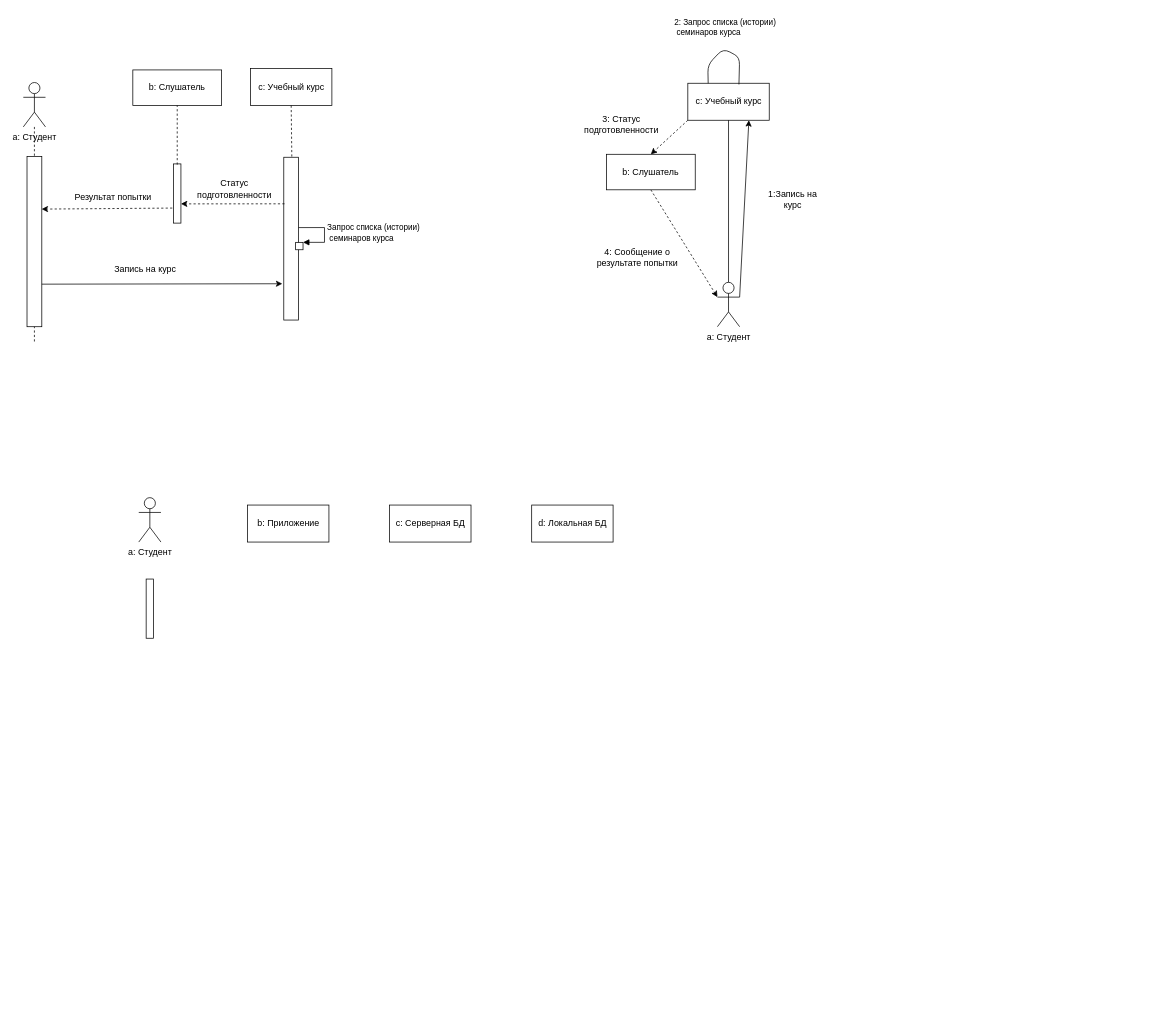
Before: 4 практическая АКМ.drawio in Merfarion/Diagrams-and-schemes, a draw.io diagram. Source tidied: cells renumbered, new cells numbered last; positions are measured from the earlier drawing's top-left corner, leaving out a move shared by most shapes. Both pictures are drawn from the tidied source at 74%, with x=0, y=0 at pixel (23, 13).
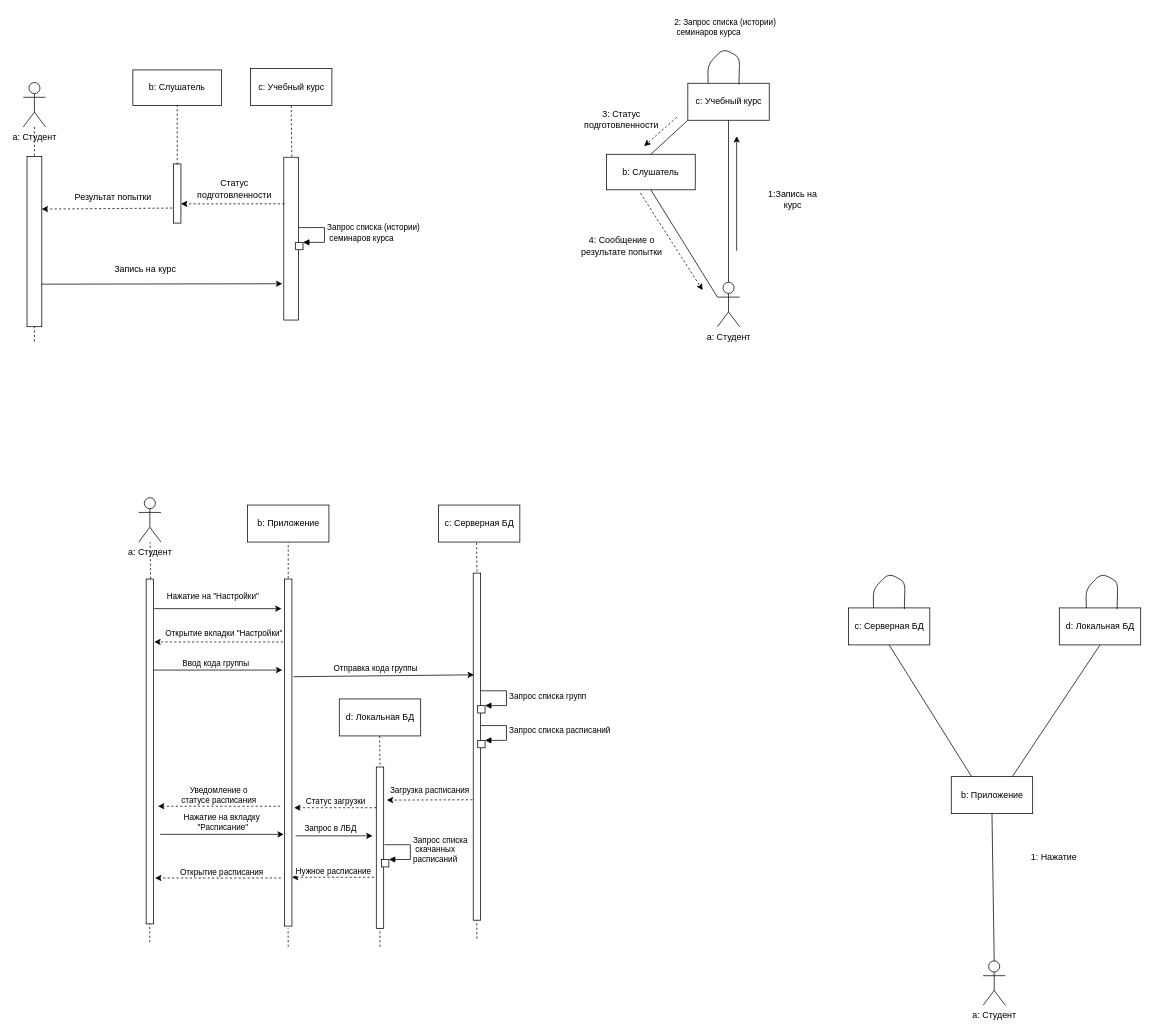
Above is the later version.

Unchanged cells that the change refers to:
```xml
<mxCell id="15" value="а: Студент" style="shape=umlActor;verticalLabelPosition=bottom;verticalAlign=top;html=1;outlineConnect=0;" parent="1" vertex="1">
  <mxGeometry x="938" y="364" width="30" height="60" as="geometry" />
</mxCell>
<mxCell id="16" value="с: Учебный курс" style="html=1;" parent="1" vertex="1">
  <mxGeometry x="898" y="95" width="110" height="50" as="geometry" />
</mxCell>
<mxCell id="24" value="а: Студент" style="shape=umlActor;verticalLabelPosition=bottom;verticalAlign=top;html=1;outlineConnect=0;" parent="1" vertex="1">
  <mxGeometry x="156" y="655" width="30" height="60" as="geometry" />
</mxCell>
<mxCell id="25" value="b: Приложение" style="html=1;" parent="1" vertex="1">
  <mxGeometry x="303" y="665" width="110" height="50" as="geometry" />
</mxCell>
<mxCell id="34" value="b: Слушатель" style="rounded=0;whiteSpace=wrap;html=1;" parent="1" vertex="1">
  <mxGeometry x="788" y="191" width="120" height="48" as="geometry" />
</mxCell>
```

What changed in the source:
```diff
@@
-    <mxCell id="18" style="endArrow=classic;html=1;strokeWidth=1;entryX=0.75;entryY=1;entryDx=0;entryDy=0;exitX=1;exitY=0.3333333333333333;exitDx=0;exitDy=0;exitPerimeter=0;" parent="1" edge="1" source="15" target="16">
-      <mxGeometry relative="1" as="geometry" />
+    <mxCell id="18" style="endArrow=classic;html=1;strokeWidth=1;" parent="1" edge="1">
+      <mxGeometry relative="1" as="geometry">
+        <mxPoint x="964" y="321.5" as="sourcePoint" />
+        <mxPoint x="964" y="166.5" as="targetPoint" />
+      </mxGeometry>
     </mxCell>
@@
-    <mxCell id="20" style="endArrow=classic;html=1;strokeWidth=1;dashed=1;exitX=0.5;exitY=1;exitDx=0;exitDy=0;entryX=0;entryY=0.3333333333333333;entryDx=0;entryDy=0;entryPerimeter=0;" parent="1" edge="1" source="34" target="15">
-      <mxGeometry relative="1" as="geometry" />
+    <mxCell id="20" style="endArrow=classic;html=1;strokeWidth=1;dashed=1;" parent="1" edge="1">
+      <mxGeometry relative="1" as="geometry">
+        <mxPoint x="834" y="243.5" as="sourcePoint" />
+        <mxPoint x="918" y="374.5" as="targetPoint" />
+      </mxGeometry>
     </mxCell>
     <mxCell id="21" value="4: Сообщение о результате попытки" style="text;html=1;strokeColor=none;fillColor=none;align=center;verticalAlign=middle;whiteSpace=wrap;rounded=0;" parent="1" vertex="1">
-      <mxGeometry x="774" y="320" width="112" height="20" as="geometry" />
+      <mxGeometry x="752.5" y="305" width="112" height="20" as="geometry" />
     </mxCell>
@@
     <mxCell id="26" value="c: Серверная БД" style="html=1;" parent="1" vertex="1">
-      <mxGeometry x="495" y="665" width="110" height="50" as="geometry" />
+      <mxGeometry x="561" y="665" width="110" height="50" as="geometry" />
     </mxCell>
     <mxCell id="27" value="d: Локальная БД" style="html=1;" parent="1" vertex="1">
-      <mxGeometry x="687" y="665" width="110" height="50" as="geometry" />
+      <mxGeometry x="427" y="927" width="110" height="50" as="geometry" />
     </mxCell>
     <mxCell id="28" style="html=1;points=[];perimeter=orthogonalPerimeter;" parent="1" vertex="1">
-      <mxGeometry x="166" y="765" width="10" height="80" as="geometry" />
+      <mxGeometry x="166" y="765" width="10" height="466" as="geometry" />
     </mxCell>
@@
-    <mxCell id="35" style="endArrow=classic;html=1;strokeWidth=1;dashed=1;exitX=0;exitY=1;exitDx=0;exitDy=0;entryX=0.5;entryY=0;entryDx=0;entryDy=0;" parent="1" edge="1" source="16" target="34">
-      <mxGeometry relative="1" as="geometry" />
+    <mxCell id="35" style="endArrow=classic;html=1;strokeWidth=1;dashed=1;" parent="1" edge="1">
+      <mxGeometry relative="1" as="geometry">
+        <mxPoint x="883" y="141" as="sourcePoint" />
+        <mxPoint x="839" y="180" as="targetPoint" />
+      </mxGeometry>
     </mxCell>
     <mxCell id="36" value="3: Статус подготовленности" style="text;html=1;strokeColor=none;fillColor=none;align=center;verticalAlign=middle;whiteSpace=wrap;rounded=0;" parent="1" vertex="1">
-      <mxGeometry x="758" y="141" width="101" height="20" as="geometry" />
+      <mxGeometry x="758" y="134" width="101" height="20" as="geometry" />
     </mxCell>
+    <mxCell id="37" style="html=1;points=[];perimeter=orthogonalPerimeter;" parent="1" vertex="1">
+      <mxGeometry x="353" y="765" width="10" height="469" as="geometry" />
+    </mxCell>
+    <mxCell id="38" style="html=1;points=[];perimeter=orthogonalPerimeter;" parent="1" vertex="1">
+      <mxGeometry x="608" y="757" width="10" height="469" as="geometry" />
+    </mxCell>
+    <mxCell id="39" style="html=1;points=[];perimeter=orthogonalPerimeter;" parent="1" vertex="1">
+      <mxGeometry x="477" y="1019" width="10" height="218" as="geometry" />
+    </mxCell>
+    <mxCell id="40" style="endArrow=classic;html=1;" parent="1" edge="1">
+      <mxGeometry relative="1" as="geometry">
+        <mxPoint x="177" y="805" as="sourcePoint" />
+        <mxPoint x="349" y="805" as="targetPoint" />
+      </mxGeometry>
+    </mxCell>
+    <mxCell id="41" value="Нажатие на &quot;Настройки&quot;" style="edgeLabel;html=1;align=center;verticalAlign=middle;" parent="40" vertex="1">
+      <mxGeometry x="-0.33" y="-1" relative="1" as="geometry">
+        <mxPoint x="20.2" y="-17.3" as="offset" />
+      </mxGeometry>
+    </mxCell>
+    <mxCell id="42" style="endArrow=classic;html=1;" parent="1" edge="1">
+      <mxGeometry relative="1" as="geometry">
+        <mxPoint x="176" y="888" as="sourcePoint" />
+        <mxPoint x="350" y="888" as="targetPoint" />
+      </mxGeometry>
+    </mxCell>
+    <mxCell id="43" value="Ввод кода группы" style="edgeLabel;html=1;align=center;verticalAlign=middle;" parent="42" vertex="1">
+      <mxGeometry x="-0.21" y="-2" relative="1" as="geometry">
+        <mxPoint x="14" y="-12" as="offset" />
+      </mxGeometry>
+    </mxCell>
+    <mxCell id="44" style="endArrow=classic;html=1;dashed=1;" parent="1" edge="1">
+      <mxGeometry relative="1" as="geometry">
+        <mxPoint x="351" y="850" as="sourcePoint" />
+        <mxPoint x="177" y="850" as="targetPoint" />
+      </mxGeometry>
+    </mxCell>
+    <mxCell id="45" value="Открытие вкладки &quot;Настройки&quot;" style="edgeLabel;html=1;align=center;verticalAlign=middle;" parent="44" vertex="1">
+      <mxGeometry x="-0.12" y="2" relative="1" as="geometry">
+        <mxPoint x="-3.5" y="-13.6" as="offset" />
+      </mxGeometry>
+    </mxCell>
+    <mxCell id="46" style="endArrow=classic;html=1;entryX=0.1;entryY=0.293;entryDx=0;entryDy=0;entryPerimeter=0;" parent="1" edge="1" target="38">
+      <mxGeometry relative="1" as="geometry">
+        <mxPoint x="365" y="897" as="sourcePoint" />
+      </mxGeometry>
+    </mxCell>
+    <mxCell id="47" value="Отправка кода группы" style="edgeLabel;html=1;align=center;verticalAlign=middle;" parent="46" vertex="1">
+      <mxGeometry x="-0.21" y="-2" relative="1" as="geometry">
+        <mxPoint x="14" y="-12" as="offset" />
+      </mxGeometry>
+    </mxCell>
+    <mxCell id="48" style="html=1;points=[];perimeter=orthogonalPerimeter;" parent="1" vertex="1">
+      <mxGeometry x="614" y="936" width="10" height="10" as="geometry" />
+    </mxCell>
+    <mxCell id="49" value="&lt;div&gt;Запрос списка групп&lt;/div&gt;" style="edgeStyle=orthogonalEdgeStyle;html=1;align=left;spacingLeft=2;endArrow=block;rounded=0;entryX=1;entryY=0;strokeWidth=1;exitX=0.999;exitY=0.432;exitDx=0;exitDy=0;exitPerimeter=0;" parent="1" edge="1" target="48">
+      <mxGeometry relative="1" as="geometry">
+        <mxPoint x="618" y="916" as="sourcePoint" />
+        <Array as="points">
+          <mxPoint x="653" y="916" />
+          <mxPoint x="653" y="936" />
+        </Array>
+      </mxGeometry>
+    </mxCell>
+    <mxCell id="50" style="html=1;points=[];perimeter=orthogonalPerimeter;" parent="1" vertex="1">
+      <mxGeometry x="614" y="983" width="10" height="10" as="geometry" />
+    </mxCell>
+    <mxCell id="51" value="&lt;div&gt;Запрос списка расписаний&lt;/div&gt;" style="edgeStyle=orthogonalEdgeStyle;html=1;align=left;spacingLeft=2;endArrow=block;rounded=0;entryX=1;entryY=0;strokeWidth=1;exitX=0.999;exitY=0.432;exitDx=0;exitDy=0;exitPerimeter=0;" parent="1" edge="1" target="50">
+      <mxGeometry relative="1" as="geometry">
+        <mxPoint x="618" y="963" as="sourcePoint" />
+        <Array as="points">
+          <mxPoint x="653" y="963" />
+          <mxPoint x="653" y="983" />
+        </Array>
+      </mxGeometry>
+    </mxCell>
+    <mxCell id="52" style="endArrow=classic;html=1;dashed=1;exitX=-0.1;exitY=0.653;exitDx=0;exitDy=0;exitPerimeter=0;entryX=1.417;entryY=0.205;entryDx=0;entryDy=0;entryPerimeter=0;" parent="1" edge="1" source="38" target="39">
+      <mxGeometry relative="1" as="geometry" />
+    </mxCell>
+    <mxCell id="53" value="Загрузка расписания" style="edgeLabel;html=1;align=center;verticalAlign=middle;" parent="52" vertex="1">
+      <mxGeometry x="-0.17" y="2" relative="1" as="geometry">
+        <mxPoint x="-10.8" y="-16.4" as="offset" />
+      </mxGeometry>
+    </mxCell>
+    <mxCell id="54" style="endArrow=classic;html=1;dashed=1;" parent="1" edge="1">
+      <mxGeometry relative="1" as="geometry">
+        <mxPoint x="477" y="1074" as="sourcePoint" />
+        <mxPoint x="366" y="1074" as="targetPoint" />
+      </mxGeometry>
+    </mxCell>
+    <mxCell id="55" value="Статус загрузки" style="edgeLabel;html=1;align=center;verticalAlign=middle;" parent="54" vertex="1">
+      <mxGeometry x="-0.17" y="2" relative="1" as="geometry">
+        <mxPoint x="-10" y="-10.5" as="offset" />
+      </mxGeometry>
+    </mxCell>
+    <mxCell id="56" style="endArrow=classic;html=1;dashed=1;" parent="1" edge="1">
+      <mxGeometry relative="1" as="geometry">
+        <mxPoint x="347" y="1072" as="sourcePoint" />
+        <mxPoint x="182" y="1072" as="targetPoint" />
+      </mxGeometry>
+    </mxCell>
+    <mxCell id="57" value="Уведомление о &lt;br&gt;статусе расписания" style="edgeLabel;html=1;align=center;verticalAlign=middle;" parent="56" vertex="1">
+      <mxGeometry x="-0.17" y="2" relative="1" as="geometry">
+        <mxPoint x="-16" y="-18" as="offset" />
+      </mxGeometry>
+    </mxCell>
+    <mxCell id="58" style="endArrow=classic;html=1;" parent="1" edge="1">
+      <mxGeometry relative="1" as="geometry">
+        <mxPoint x="185" y="1110" as="sourcePoint" />
+        <mxPoint x="352" y="1110" as="targetPoint" />
+      </mxGeometry>
+    </mxCell>
+    <mxCell id="59" value="Нажатие на вкладку&lt;br&gt;&amp;nbsp;&quot;Расписание&quot;" style="edgeLabel;html=1;align=center;verticalAlign=middle;" parent="58" vertex="1">
+      <mxGeometry x="0.22" y="-1" relative="1" as="geometry">
+        <mxPoint x="-19.4" y="-18" as="offset" />
+      </mxGeometry>
+    </mxCell>
+    <mxCell id="60" style="endArrow=classic;html=1;" parent="1" edge="1">
+      <mxGeometry relative="1" as="geometry">
+        <mxPoint x="368" y="1112" as="sourcePoint" />
+        <mxPoint x="472" y="1112" as="targetPoint" />
+      </mxGeometry>
+    </mxCell>
+    <mxCell id="61" value="Запрос в ЛБД" style="edgeLabel;html=1;align=center;verticalAlign=middle;" parent="60" vertex="1">
+      <mxGeometry x="0.22" y="-1" relative="1" as="geometry">
+        <mxPoint x="-16.1" y="-12" as="offset" />
+      </mxGeometry>
+    </mxCell>
+    <mxCell id="62" style="html=1;points=[];perimeter=orthogonalPerimeter;" parent="1" vertex="1">
+      <mxGeometry x="484" y="1144" width="10" height="10" as="geometry" />
+    </mxCell>
+    <mxCell id="63" value="&lt;div&gt;Запрос списка&lt;/div&gt;&lt;div&gt;&amp;nbsp;скачанных&amp;nbsp;&lt;/div&gt;&lt;div&gt;расписаний&lt;/div&gt;" style="edgeStyle=orthogonalEdgeStyle;html=1;align=left;spacingLeft=2;endArrow=block;rounded=0;entryX=1;entryY=0;strokeWidth=1;exitX=0.999;exitY=0.432;exitDx=0;exitDy=0;exitPerimeter=0;" parent="1" edge="1" target="62">
+      <mxGeometry relative="1" as="geometry">
+        <mxPoint x="488" y="1124" as="sourcePoint" />
+        <Array as="points">
+          <mxPoint x="523" y="1124" />
+          <mxPoint x="523" y="1144" />
+        </Array>
+      </mxGeometry>
+    </mxCell>
+    <mxCell id="64" style="endArrow=classic;html=1;dashed=1;" parent="1" edge="1">
+      <mxGeometry relative="1" as="geometry">
+        <mxPoint x="474" y="1168" as="sourcePoint" />
+        <mxPoint x="363" y="1168" as="targetPoint" />
+      </mxGeometry>
+    </mxCell>
+    <mxCell id="65" value="Нужное расписание" style="edgeLabel;html=1;align=center;verticalAlign=middle;" parent="64" vertex="1">
+      <mxGeometry x="-0.17" y="2" relative="1" as="geometry">
+        <mxPoint x="-10" y="-10.5" as="offset" />
+      </mxGeometry>
+    </mxCell>
+    <mxCell id="66" style="endArrow=classic;html=1;dashed=1;" parent="1" edge="1">
+      <mxGeometry relative="1" as="geometry">
+        <mxPoint x="348" y="1169" as="sourcePoint" />
+        <mxPoint x="178" y="1169" as="targetPoint" />
+      </mxGeometry>
+    </mxCell>
+    <mxCell id="67" value="Открытие расписания" style="edgeLabel;html=1;align=center;verticalAlign=middle;" parent="66" vertex="1">
+      <mxGeometry x="-0.17" y="2" relative="1" as="geometry">
+        <mxPoint x="-10" y="-10.5" as="offset" />
+      </mxGeometry>
+    </mxCell>
+    <mxCell id="68" style="endArrow=none;dashed=1;html=1;exitX=0.6;exitY=0;exitDx=0;exitDy=0;exitPerimeter=0;" parent="1" edge="1" source="28" target="24">
+      <mxGeometry relative="1" as="geometry" />
+    </mxCell>
+    <mxCell id="69" style="endArrow=none;dashed=1;html=1;exitX=0.5;exitY=-0.002;exitDx=0;exitDy=0;exitPerimeter=0;entryX=0.5;entryY=1;entryDx=0;entryDy=0;" parent="1" edge="1" source="37" target="25">
+      <mxGeometry relative="1" as="geometry" />
+    </mxCell>
+    <mxCell id="70" style="endArrow=none;dashed=1;html=1;entryX=0.5;entryY=1;entryDx=0;entryDy=0;" parent="1" edge="1">
+      <mxGeometry relative="1" as="geometry">
+        <mxPoint x="613" y="755" as="sourcePoint" />
+        <mxPoint x="612.5" y="715.9" as="targetPoint" />
+      </mxGeometry>
+    </mxCell>
+    <mxCell id="71" style="endArrow=none;dashed=1;html=1;entryX=0.5;entryY=1;entryDx=0;entryDy=0;" parent="1" edge="1">
+      <mxGeometry relative="1" as="geometry">
+        <mxPoint x="482" y="1016" as="sourcePoint" />
+        <mxPoint x="481.5" y="977" as="targetPoint" />
+      </mxGeometry>
+    </mxCell>
+    <mxCell id="72" style="endArrow=none;dashed=1;html=1;entryX=0.5;entryY=1;entryDx=0;entryDy=0;" parent="1" edge="1">
+      <mxGeometry relative="1" as="geometry">
+        <mxPoint x="482" y="1262" as="sourcePoint" />
+        <mxPoint x="481.8" y="1237" as="targetPoint" />
+      </mxGeometry>
+    </mxCell>
+    <mxCell id="73" style="endArrow=none;dashed=1;html=1;entryX=0.5;entryY=1;entryDx=0;entryDy=0;" parent="1" edge="1">
+      <mxGeometry relative="1" as="geometry">
+        <mxPoint x="358" y="1262" as="sourcePoint" />
+        <mxPoint x="357.8" y="1237" as="targetPoint" />
+      </mxGeometry>
+    </mxCell>
+    <mxCell id="74" style="endArrow=none;dashed=1;html=1;entryX=0.5;entryY=1;entryDx=0;entryDy=0;" parent="1" edge="1">
+      <mxGeometry relative="1" as="geometry">
+        <mxPoint x="613" y="1251" as="sourcePoint" />
+        <mxPoint x="612.8" y="1226" as="targetPoint" />
+      </mxGeometry>
+    </mxCell>
+    <mxCell id="75" style="endArrow=none;dashed=1;html=1;entryX=0.5;entryY=1;entryDx=0;entryDy=0;" parent="1" edge="1">
+      <mxGeometry relative="1" as="geometry">
+        <mxPoint x="171" y="1256" as="sourcePoint" />
+        <mxPoint x="170.8" y="1231" as="targetPoint" />
+      </mxGeometry>
+    </mxCell>
+    <mxCell id="76" value="d: Локальная БД" style="html=1;" parent="1" vertex="1">
+      <mxGeometry x="1400" y="804" width="110" height="50" as="geometry" />
+    </mxCell>
+    <mxCell id="77" value="c: Серверная БД" style="html=1;" parent="1" vertex="1">
+      <mxGeometry x="1115" y="804" width="110" height="50" as="geometry" />
+    </mxCell>
+    <mxCell id="78" value="b: Приложение" style="html=1;" parent="1" vertex="1">
+      <mxGeometry x="1254" y="1032" width="110" height="50" as="geometry" />
+    </mxCell>
+    <mxCell id="79" value="а: Студент" style="shape=umlActor;verticalLabelPosition=bottom;verticalAlign=top;html=1;outlineConnect=0;" parent="1" vertex="1">
+      <mxGeometry x="1297" y="1281" width="30" height="60" as="geometry" />
+    </mxCell>
+    <mxCell id="80" style="endArrow=none;html=1;strokeWidth=1;entryX=0;entryY=1;entryDx=0;entryDy=0;exitX=0.5;exitY=0;exitDx=0;exitDy=0;" parent="1" edge="1" source="34" target="16">
+      <mxGeometry relative="1" as="geometry" />
+    </mxCell>
+    <mxCell id="81" style="endArrow=none;html=1;strokeWidth=1;entryX=0.5;entryY=1;entryDx=0;entryDy=0;exitX=0;exitY=0.3333333333333333;exitDx=0;exitDy=0;exitPerimeter=0;" parent="1" edge="1" source="15" target="34">
+      <mxGeometry relative="1" as="geometry" />
+    </mxCell>
+    <mxCell id="82" style="endArrow=none;html=1;entryX=0.5;entryY=0;entryDx=0;entryDy=0;entryPerimeter=0;exitX=0.5;exitY=1;exitDx=0;exitDy=0;" parent="1" edge="1" source="78" target="79">
+      <mxGeometry relative="1" as="geometry" />
+    </mxCell>
+    <mxCell id="83" style="endArrow=none;html=1;entryX=0.75;entryY=0;entryDx=0;entryDy=0;exitX=0.5;exitY=1;exitDx=0;exitDy=0;" parent="1" edge="1" source="76" target="78">
+      <mxGeometry relative="1" as="geometry" />
+    </mxCell>
+    <mxCell id="84" style="endArrow=none;html=1;entryX=0.25;entryY=0;entryDx=0;entryDy=0;exitX=0.5;exitY=1;exitDx=0;exitDy=0;" parent="1" edge="1" source="77" target="78">
+      <mxGeometry relative="1" as="geometry" />
+    </mxCell>
+    <mxCell id="85" style="endArrow=none;html=1;strokeWidth=1;exitX=0.25;exitY=0;exitDx=0;exitDy=0;entryX=0.628;entryY=0.033;entryDx=0;entryDy=0;entryPerimeter=0;" parent="1" edge="1">
+      <mxGeometry relative="1" as="geometry">
+        <mxPoint x="1149" y="804" as="sourcePoint" />
+        <mxPoint x="1190.6" y="805.6" as="targetPoint" />
+        <Array as="points">
+          <mxPoint x="1148.5" y="779" />
+          <mxPoint x="1169.5" y="757" />
+          <mxPoint x="1191.5" y="769" />
+        </Array>
+      </mxGeometry>
+    </mxCell>
+    <mxCell id="86" style="endArrow=none;html=1;strokeWidth=1;exitX=0.25;exitY=0;exitDx=0;exitDy=0;entryX=0.628;entryY=0.033;entryDx=0;entryDy=0;entryPerimeter=0;" parent="1" edge="1">
+      <mxGeometry relative="1" as="geometry">
+        <mxPoint x="1436.5" y="804" as="sourcePoint" />
+        <mxPoint x="1478.1" y="805.7" as="targetPoint" />
+        <Array as="points">
+          <mxPoint x="1436" y="779" />
+          <mxPoint x="1457" y="757" />
+          <mxPoint x="1479" y="769" />
+        </Array>
+      </mxGeometry>
+    </mxCell>
+    <mxCell id="87" value="1: Нажатие" style="text;html=1;strokeColor=none;fillColor=none;align=center;verticalAlign=middle;whiteSpace=wrap;rounded=0;" parent="1" vertex="1">
+      <mxGeometry x="1337" y="1131" width="112" height="20" as="geometry" />
+    </mxCell>
```
